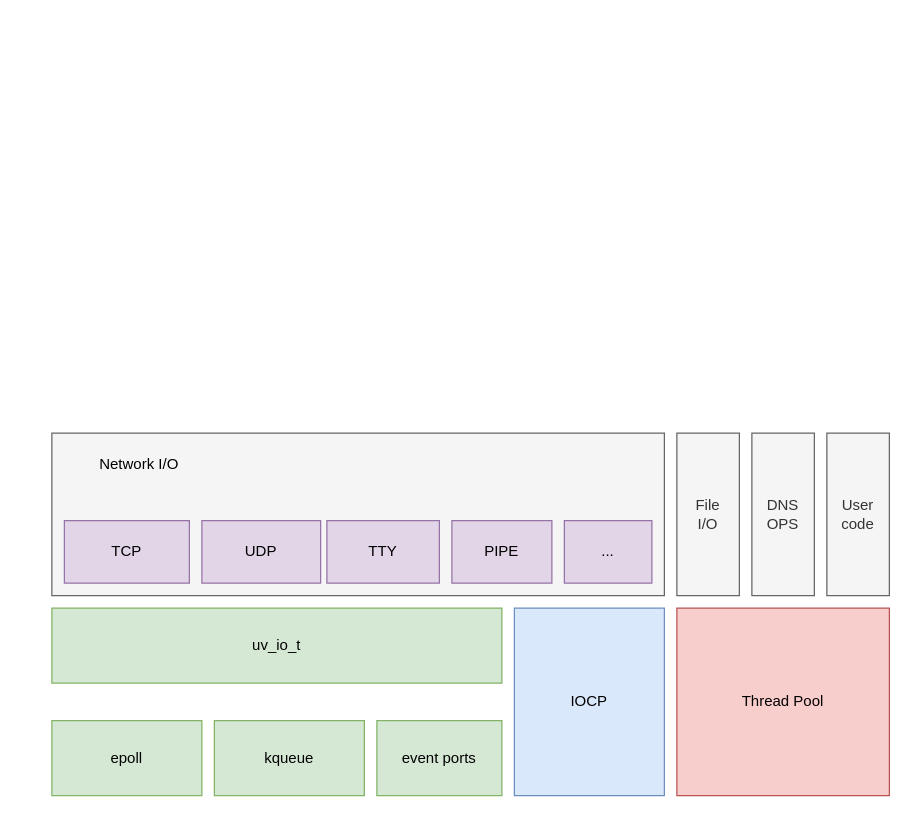
The draw.io diagram Untitled Diagram.drawio in zhangbiggs/UML_Learn, before the edit. Source tidied: cells renumbered, new cells numbered last; positions are measured from the earlier drawing's top-left corner, leaving out a move shared by most shapes. Both pictures are drawn from the tidied source at 125%, with x=0, y=0 at pixel (51, 432).
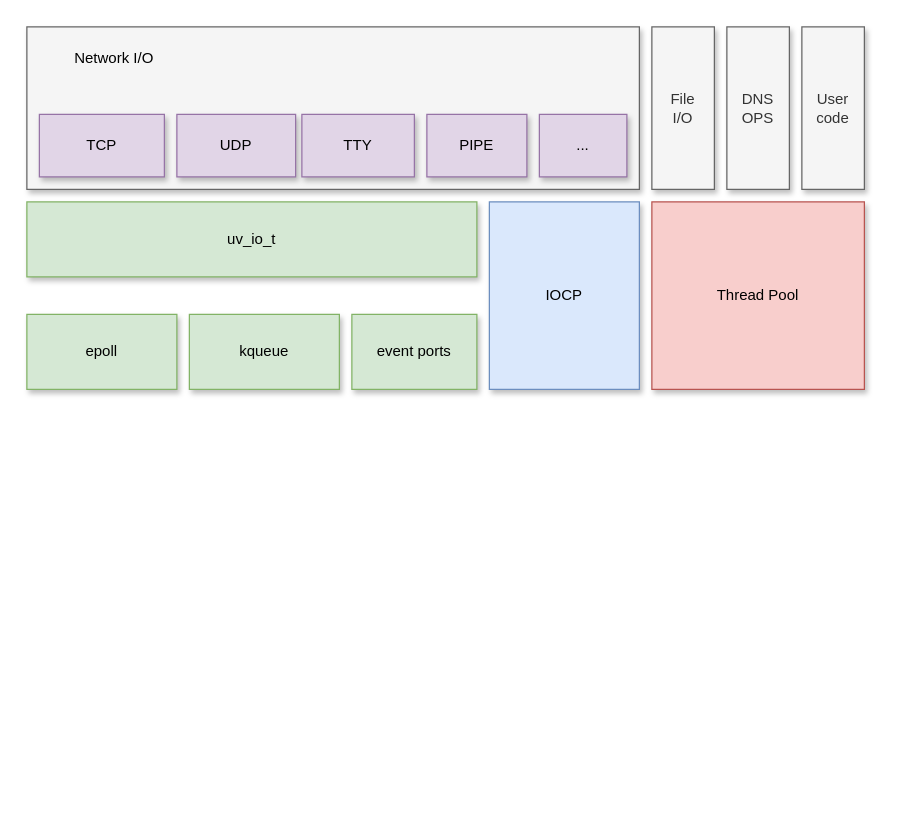
The same page after the edit.

The edit, as a diff of the source:
```diff
@@
 <mxGraphModel>
   <root>
     <mxCell id="0" />
     <mxCell id="1" parent="0" />
+    <mxCell id="18" style="group;shadow=1;" parent="1" vertex="1">
+      <mxGeometry x="-20" y="-325" width="670" height="290" as="geometry" />
+    </mxCell>
-    <mxCell id="2" style="rounded=0;whiteSpace=wrap;html=1;fillColor=#f5f5f5;fontColor=#333333;strokeColor=#666666;" parent="1" vertex="1">
+    <mxCell id="2" style="rounded=0;whiteSpace=wrap;html=1;fillColor=#f5f5f5;fontColor=#333333;strokeColor=#666666;shadow=1;" parent="18" vertex="1">
       <mxGeometry width="490" height="130" as="geometry" />
     </mxCell>
-    <mxCell id="3" value="TCP" style="rounded=0;whiteSpace=wrap;html=1;fillColor=#e1d5e7;strokeColor=#9673a6;" parent="1" vertex="1">
+    <mxCell id="3" value="TCP" style="rounded=0;whiteSpace=wrap;html=1;fillColor=#e1d5e7;strokeColor=#9673a6;shadow=1;" parent="18" vertex="1">
       <mxGeometry x="10" y="70" width="100" height="50" as="geometry" />
     </mxCell>
-    <mxCell id="4" value="UDP" style="rounded=0;whiteSpace=wrap;html=1;fillColor=#e1d5e7;strokeColor=#9673a6;" parent="1" vertex="1">
+    <mxCell id="4" value="UDP" style="rounded=0;whiteSpace=wrap;html=1;fillColor=#e1d5e7;strokeColor=#9673a6;shadow=1;" parent="18" vertex="1">
       <mxGeometry x="120" y="70" width="95" height="50" as="geometry" />
     </mxCell>
-    <mxCell id="5" value="TTY" style="rounded=0;whiteSpace=wrap;html=1;fillColor=#e1d5e7;strokeColor=#9673a6;" parent="1" vertex="1">
+    <mxCell id="5" value="TTY" style="rounded=0;whiteSpace=wrap;html=1;fillColor=#e1d5e7;strokeColor=#9673a6;shadow=1;" parent="18" vertex="1">
       <mxGeometry x="220" y="70" width="90" height="50" as="geometry" />
     </mxCell>
-    <mxCell id="6" value="PIPE" style="rounded=0;whiteSpace=wrap;html=1;fillColor=#e1d5e7;strokeColor=#9673a6;" parent="1" vertex="1">
+    <mxCell id="6" value="PIPE" style="rounded=0;whiteSpace=wrap;html=1;fillColor=#e1d5e7;strokeColor=#9673a6;shadow=1;" parent="18" vertex="1">
       <mxGeometry x="320" y="70" width="80" height="50" as="geometry" />
     </mxCell>
-    <mxCell id="7" value="uv_io_t" style="rounded=0;whiteSpace=wrap;html=1;fillColor=#d5e8d4;strokeColor=#82b366;" parent="1" vertex="1">
+    <mxCell id="7" value="uv_io_t" style="rounded=0;whiteSpace=wrap;html=1;fillColor=#d5e8d4;strokeColor=#82b366;shadow=1;" parent="18" vertex="1">
       <mxGeometry y="140" width="360" height="60" as="geometry" />
     </mxCell>
-    <mxCell id="8" value="epoll" style="rounded=0;whiteSpace=wrap;html=1;fillColor=#d5e8d4;strokeColor=#82b366;" parent="1" vertex="1">
+    <mxCell id="8" value="epoll" style="rounded=0;whiteSpace=wrap;html=1;fillColor=#d5e8d4;strokeColor=#82b366;shadow=1;" parent="18" vertex="1">
       <mxGeometry y="230" width="120" height="60" as="geometry" />
     </mxCell>
-    <mxCell id="9" value="kqueue" style="rounded=0;whiteSpace=wrap;html=1;fillColor=#d5e8d4;strokeColor=#82b366;" parent="1" vertex="1">
+    <mxCell id="9" value="kqueue" style="rounded=0;whiteSpace=wrap;html=1;fillColor=#d5e8d4;strokeColor=#82b366;shadow=1;" parent="18" vertex="1">
       <mxGeometry x="130" y="230" width="120" height="60" as="geometry" />
     </mxCell>
-    <mxCell id="10" value="event ports" style="rounded=0;whiteSpace=wrap;html=1;fillColor=#d5e8d4;strokeColor=#82b366;" parent="1" vertex="1">
+    <mxCell id="10" value="event ports" style="rounded=0;whiteSpace=wrap;html=1;fillColor=#d5e8d4;strokeColor=#82b366;shadow=1;" parent="18" vertex="1">
       <mxGeometry x="260" y="230" width="100" height="60" as="geometry" />
     </mxCell>
-    <mxCell id="11" value="IOCP" style="rounded=0;whiteSpace=wrap;html=1;fillColor=#dae8fc;strokeColor=#6c8ebf;" parent="1" vertex="1">
+    <mxCell id="11" value="IOCP" style="rounded=0;whiteSpace=wrap;html=1;fillColor=#dae8fc;strokeColor=#6c8ebf;shadow=1;" parent="18" vertex="1">
       <mxGeometry x="370" y="140" width="120" height="150" as="geometry" />
     </mxCell>
-    <mxCell id="12" value="..." style="rounded=0;whiteSpace=wrap;html=1;fillColor=#e1d5e7;strokeColor=#9673a6;" parent="1" vertex="1">
+    <mxCell id="12" value="..." style="rounded=0;whiteSpace=wrap;html=1;fillColor=#e1d5e7;strokeColor=#9673a6;shadow=1;" parent="18" vertex="1">
       <mxGeometry x="410" y="70" width="70" height="50" as="geometry" />
     </mxCell>
-    <mxCell id="13" value="File&lt;br&gt;I/O" style="rounded=0;whiteSpace=wrap;html=1;fillColor=#f5f5f5;fontColor=#333333;strokeColor=#666666;" parent="1" vertex="1">
+    <mxCell id="13" value="File&lt;br&gt;I/O" style="rounded=0;whiteSpace=wrap;html=1;fillColor=#f5f5f5;fontColor=#333333;strokeColor=#666666;shadow=1;" parent="18" vertex="1">
       <mxGeometry x="500" width="50" height="130" as="geometry" />
     </mxCell>
-    <mxCell id="14" value="Network I/O" style="text;html=1;strokeColor=none;fillColor=none;align=center;verticalAlign=middle;whiteSpace=wrap;rounded=0;" parent="1" vertex="1">
+    <mxCell id="14" value="Network I/O" style="text;html=1;strokeColor=none;fillColor=none;align=center;verticalAlign=middle;whiteSpace=wrap;rounded=0;shadow=1;" parent="18" vertex="1">
       <mxGeometry x="20" y="10" width="100" height="30" as="geometry" />
     </mxCell>
-    <mxCell id="15" value="DNS&lt;br&gt;OPS" style="rounded=0;whiteSpace=wrap;html=1;fillColor=#f5f5f5;fontColor=#333333;strokeColor=#666666;" parent="1" vertex="1">
+    <mxCell id="15" value="DNS&lt;br&gt;OPS" style="rounded=0;whiteSpace=wrap;html=1;fillColor=#f5f5f5;fontColor=#333333;strokeColor=#666666;shadow=1;" parent="18" vertex="1">
       <mxGeometry x="560" width="50" height="130" as="geometry" />
     </mxCell>
-    <mxCell id="16" value="User&lt;br&gt;code" style="rounded=0;whiteSpace=wrap;html=1;fillColor=#f5f5f5;fontColor=#333333;strokeColor=#666666;" parent="1" vertex="1">
+    <mxCell id="16" value="User&lt;br&gt;code" style="rounded=0;whiteSpace=wrap;html=1;fillColor=#f5f5f5;fontColor=#333333;strokeColor=#666666;shadow=1;" parent="18" vertex="1">
       <mxGeometry x="620" width="50" height="130" as="geometry" />
     </mxCell>
-    <mxCell id="17" value="Thread Pool" style="rounded=0;whiteSpace=wrap;html=1;fillColor=#f8cecc;strokeColor=#b85450;" parent="1" vertex="1">
+    <mxCell id="17" value="Thread Pool" style="rounded=0;whiteSpace=wrap;html=1;fillColor=#f8cecc;strokeColor=#b85450;shadow=1;" parent="18" vertex="1">
       <mxGeometry x="500" y="140" width="170" height="150" as="geometry" />
     </mxCell>
   </root>
 </mxGraphModel>
```
